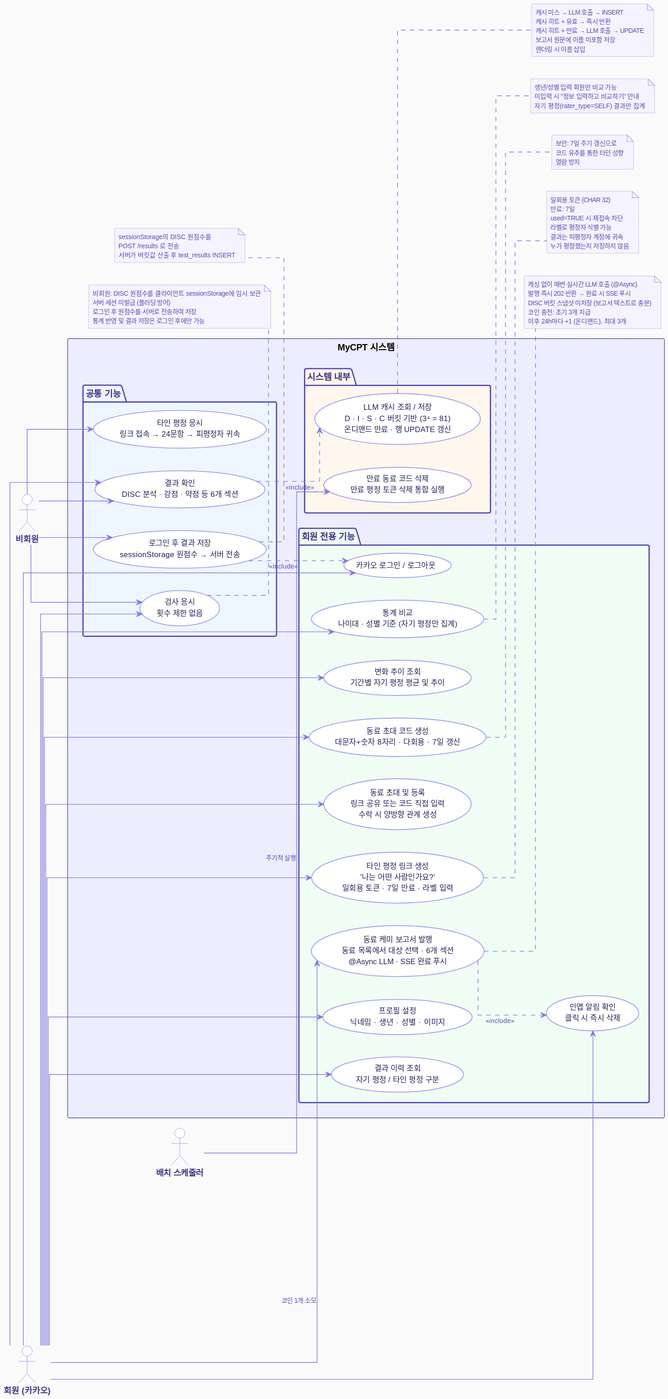
Above: docs/images/MyCPT_UseCase.svg in Yush1nk1m/MyCPT (PlantUML), before the change.
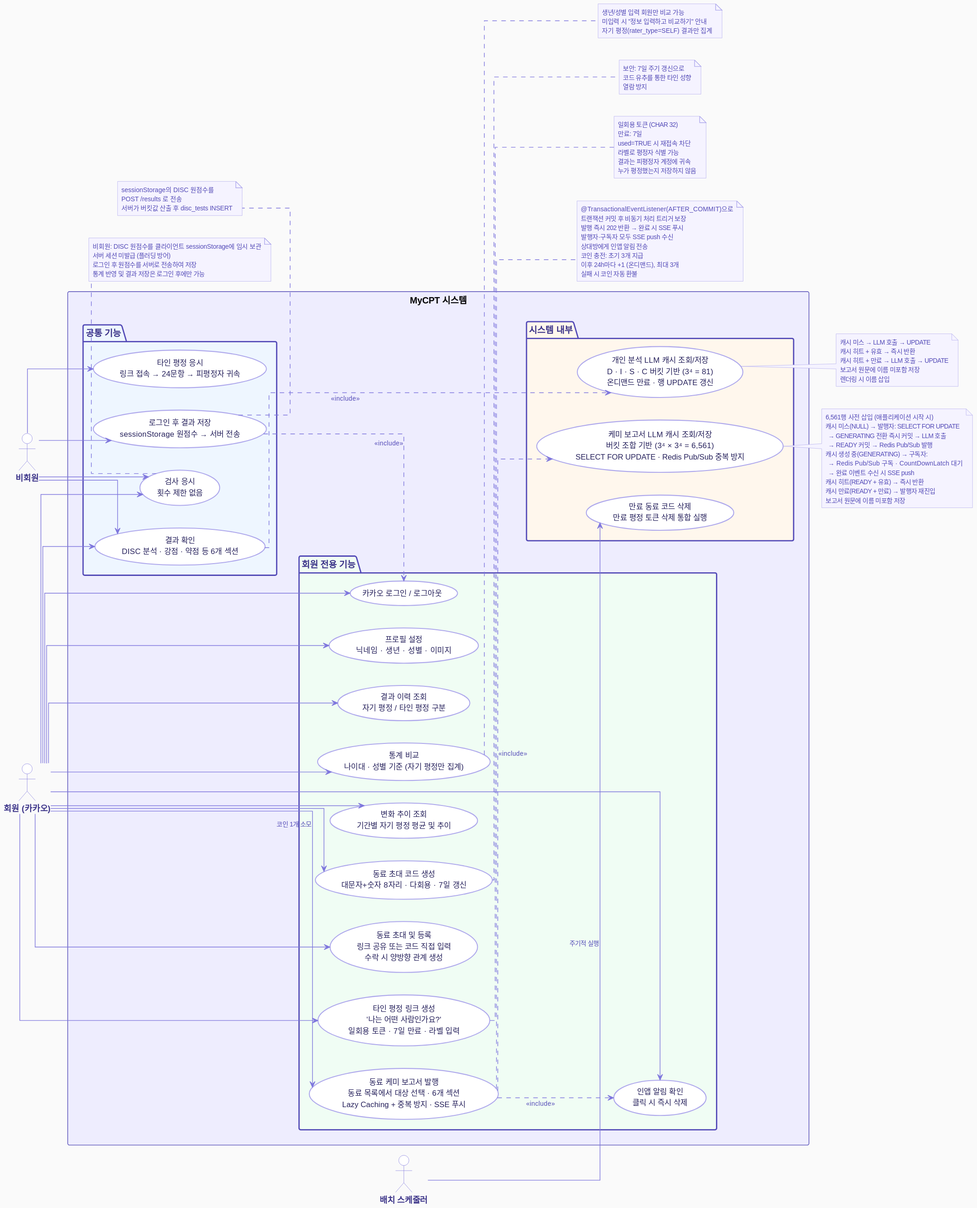
The same file after the commit.

The edit, as a diff of the source:
```diff
@@ -61,12 +61,13 @@
     usecase "동료 초대 코드 생성\n대문자+숫자 8자리 · 다회용 · 7일 갱신" as UC_Code
     usecase "동료 초대 및 등록\n링크 공유 또는 코드 직접 입력\n수락 시 양방향 관계 생성" as UC_ColleagueRegister
     usecase "타인 평정 링크 생성\n'나는 어떤 사람인가요?'\n일회용 토큰 · 7일 만료 · 라벨 입력" as UC_AssessLink
-    usecase "동료 케미 보고서 발행\n동료 목록에서 대상 선택 · 6개 섹션\n@Async LLM · SSE 완료 푸시" as UC_Compat
+    usecase "동료 케미 보고서 발행\n동료 목록에서 대상 선택 · 6개 섹션\nLazy Caching + 중복 방지 · SSE 푸시" as UC_Compat
     usecase "인앱 알림 확인\n클릭 시 즉시 삭제" as UC_Notify
   }
 
   package "시스템 내부" #FFF7ED {
-    usecase "LLM 캐시 조회 / 저장\nD · I · S · C 버킷 기반 (3⁴ = 81)\n온디맨드 만료 · 행 UPDATE 갱신" as UC_Cache
+    usecase "개인 분석 LLM 캐시 조회/저장\nD · I · S · C 버킷 기반 (3⁴ = 81)\n온디맨드 만료 · 행 UPDATE 갱신" as UC_Cache
+    usecase "케미 보고서 LLM 캐시 조회/저장\n버킷 조합 기반 (3⁴ × 3⁴ = 6,561)\nSELECT FOR UPDATE · Redis Pub/Sub 중복 방지" as UC_ChemistryCache
     usecase "만료 동료 코드 삭제\n만료 평정 토큰 삭제 통합 실행" as UC_CleanBatch
   }
 }
@@ -91,24 +92,41 @@
 
 Batch  --> UC_CleanBatch : 주기적 실행
 
-UC_Result ..> UC_Cache  : <<include>>
-UC_Save   ..> UC_Login  : <<include>>
-UC_Compat ..> UC_Notify : <<include>>
+UC_Result  ..> UC_Cache          : <<include>>
+UC_Save    ..> UC_Login          : <<include>>
+UC_Compat  ..> UC_ChemistryCache : <<include>>
+UC_Compat  ..> UC_Notify         : <<include>>
 
 note right of UC_Cache
-  캐시 미스 → LLM 호출 → INSERT
+  캐시 미스 → LLM 호출 → UPDATE
   캐시 히트 + 유효 → 즉시 반환
   캐시 히트 + 만료 → LLM 호출 → UPDATE
   보고서 원문에 이름 미포함 저장
   렌더링 시 이름 삽입
 end note
 
+note right of UC_ChemistryCache
+  6,561행 사전 삽입 (애플리케이션 시작 시)
+  캐시 미스(NULL) → 발행자: SELECT FOR UPDATE
+    → GENERATING 전환 즉시 커밋 → LLM 호출
+    → READY 커밋 → Redis Pub/Sub 발행
+  캐시 생성 중(GENERATING) → 구독자:
+    → Redis Pub/Sub 구독 · CountDownLatch 대기
+    → 완료 이벤트 수신 시 SSE push
+  캐시 히트(READY + 유효) → 즉시 반환
+  캐시 만료(READY + 만료) → 발행자 재진입
+  보고서 원문에 이름 미포함 저장
+end note
+
 note right of UC_Compat
-  캐싱 없이 매번 실시간 LLM 호출 (@Async)
+  @TransactionalEventListener(AFTER_COMMIT)으로
+  트랜잭션 커밋 후 비동기 처리 트리거 보장
   발행 즉시 202 반환 → 완료 시 SSE 푸시
-  DISC 버킷 스냅샷 미저장 (보고서 텍스트로 충분)
+  발행자·구독자 모두 SSE push 수신
+  상대방에게 인앱 알림 전송
   코인 충전: 초기 3개 지급
   이후 24h마다 +1 (온디맨드), 최대 3개
+  실패 시 코인 자동 환불
 end note
 
 note right of UC_Code
@@ -136,7 +154,7 @@
 note bottom of UC_Save
   sessionStorage의 DISC 원점수를
   POST /results 로 전송
-  서버가 버킷값 산출 후 test_results INSERT
+  서버가 버킷값 산출 후 disc_tests INSERT
 end note
 
 note right of UC_Stats
```
